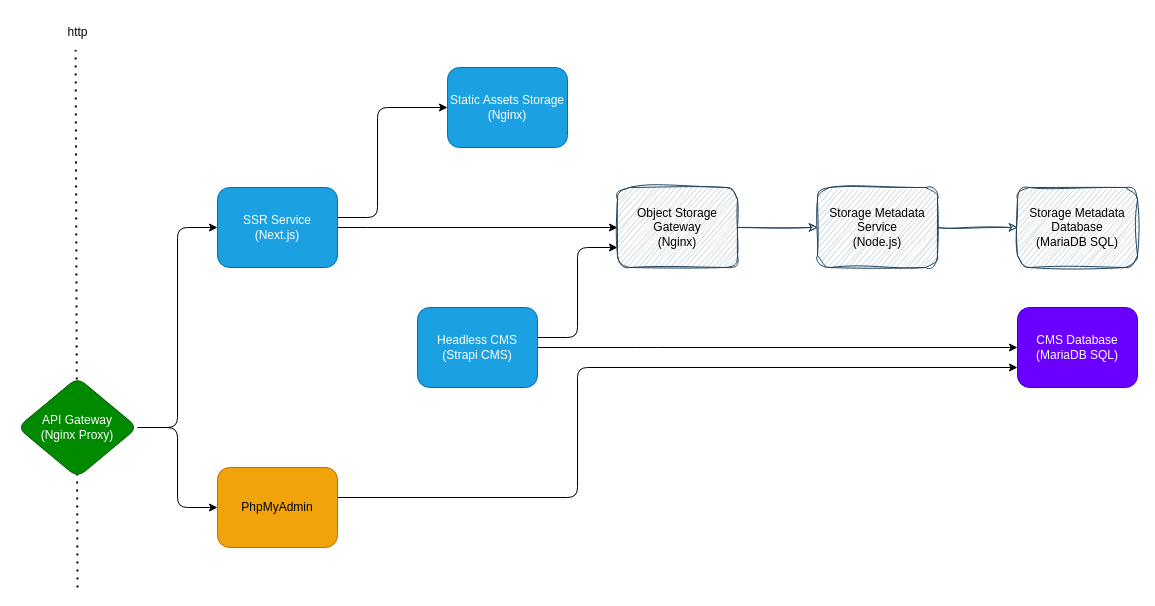
paulAlexSerban/tpl--mern keeps this draw.io diagram as wiki/projects/dj-events/service-setup.drawio. Above is the earlier version. Source tidied: cells renumbered, new cells numbered last; positions are measured from the earlier drawing's top-left corner, leaving out a move shared by most shapes. Both pictures are drawn from the tidied source at 100%, with x=0, y=0 at pixel (17, 17).
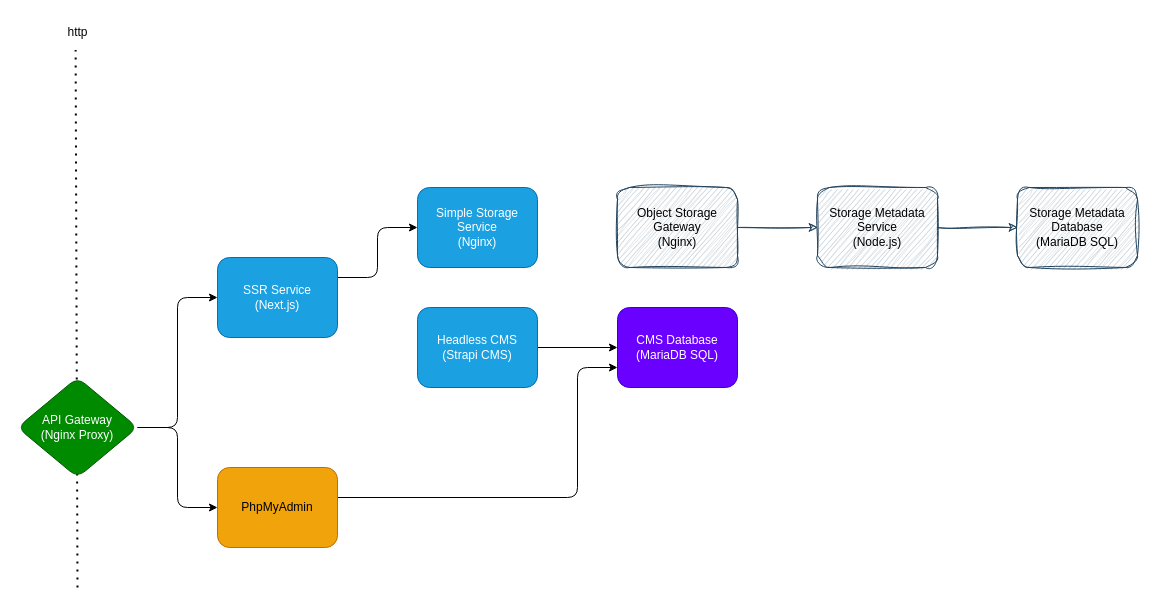
The same diagram, later.

Commit message:
docs(dj-events): adjusted service diagram

The change refers to these unchanged cells:
```xml
<mxCell id="10" value="Headless CMS&lt;br&gt;(Strapi CMS)" style="rounded=1;whiteSpace=wrap;html=1;fillColor=#1ba1e2;fontColor=#ffffff;strokeColor=#006EAF;" parent="1" vertex="1">
  <mxGeometry x="400" y="290" width="120" height="80" as="geometry" />
</mxCell>
<mxCell id="12" value="API Gateway&lt;br&gt;(Nginx Proxy)" style="rhombus;whiteSpace=wrap;html=1;rounded=1;fillColor=#008a00;fontColor=#ffffff;strokeColor=#005700;" parent="1" vertex="1">
  <mxGeometry y="360" width="120" height="100" as="geometry" />
</mxCell>
<mxCell id="16" value="PhpMyAdmin" style="rounded=1;whiteSpace=wrap;html=1;fillColor=#f0a30a;fontColor=#000000;strokeColor=#BD7000;" parent="1" vertex="1">
  <mxGeometry x="200" y="450" width="120" height="80" as="geometry" />
</mxCell>
<mxCell id="18" value="Object Storage Gateway&lt;br&gt;(Nginx)" style="rounded=1;whiteSpace=wrap;html=1;fillColor=#bac8d3;strokeColor=#23445d;sketch=1;curveFitting=1;jiggle=2;" parent="1" vertex="1">
  <mxGeometry x="600" y="170" width="120" height="80" as="geometry" />
</mxCell>
```

Diff of the diagram source:
```diff
@@
-    <mxCell id="3" style="edgeStyle=orthogonalEdgeStyle;html=1;exitX=1;exitY=0.5;exitDx=0;exitDy=0;" parent="1" edge="1" source="12" target="7">
+    <mxCell id="3" style="edgeStyle=orthogonalEdgeStyle;html=1;exitX=1;exitY=0.5;exitDx=0;exitDy=0;entryX=0;entryY=0.5;entryDx=0;entryDy=0;" parent="1" edge="1" source="12" target="7">
       <mxGeometry relative="1" as="geometry">
         <Array as="points">
           <mxPoint x="160" y="410" />
-          <mxPoint x="160" y="210" />
+          <mxPoint x="160" y="280" />
         </Array>
       </mxGeometry>
     </mxCell>
-    <mxCell id="4" style="edgeStyle=orthogonalEdgeStyle;html=1;entryX=0;entryY=0.5;entryDx=0;entryDy=0;fillColor=#f9f7ed;strokeColor=#FFFFFF;" parent="1" edge="1" source="7" target="10">
+    <mxCell id="4" style="edgeStyle=orthogonalEdgeStyle;html=1;entryX=0;entryY=0.5;entryDx=0;entryDy=0;fillColor=#f9f7ed;strokeColor=#FFFFFF;exitX=1;exitY=0.5;exitDx=0;exitDy=0;" parent="1" edge="1" source="7" target="10">
       <mxGeometry relative="1" as="geometry">
         <Array as="points">
-          <mxPoint x="360" y="220" />
+          <mxPoint x="360" y="280" />
           <mxPoint x="360" y="330" />
         </Array>
       </mxGeometry>
     </mxCell>
-    <mxCell id="5" style="edgeStyle=orthogonalEdgeStyle;html=1;entryX=0;entryY=0.5;entryDx=0;entryDy=0;" parent="1" edge="1" source="7" target="18">
-      <mxGeometry relative="1" as="geometry">
-        <Array as="points">
-          <mxPoint x="340" y="210" />
-          <mxPoint x="340" y="210" />
-        </Array>
-      </mxGeometry>
-    </mxCell>
-    <mxCell id="6" style="edgeStyle=orthogonalEdgeStyle;html=1;entryX=0;entryY=0.5;entryDx=0;entryDy=0;" parent="1" edge="1" source="7" target="21">
+    <mxCell id="6" style="edgeStyle=orthogonalEdgeStyle;html=1;entryX=0;entryY=0.5;entryDx=0;entryDy=0;exitX=1;exitY=0.25;exitDx=0;exitDy=0;" parent="1" edge="1" source="7" target="21">
       <mxGeometry relative="1" as="geometry">
         <Array as="points">
-          <mxPoint x="360" y="200" />
-          <mxPoint x="360" y="90" />
+          <mxPoint x="360" y="260" />
+          <mxPoint x="360" y="210" />
         </Array>
       </mxGeometry>
     </mxCell>
     <mxCell id="7" value="SSR Service&lt;br&gt;(Next.js)" style="rounded=1;whiteSpace=wrap;html=1;fillColor=#1ba1e2;fontColor=#ffffff;strokeColor=#006EAF;" parent="1" vertex="1">
-      <mxGeometry x="200" y="170" width="120" height="80" as="geometry" />
+      <mxGeometry x="200" y="240" width="120" height="80" as="geometry" />
     </mxCell>
     <mxCell id="8" style="edgeStyle=orthogonalEdgeStyle;html=1;entryX=0;entryY=0.5;entryDx=0;entryDy=0;" parent="1" edge="1" source="10" target="14">
-      <mxGeometry relative="1" as="geometry">
-        <Array as="points">
-          <mxPoint x="630" y="330" />
-          <mxPoint x="630" y="330" />
-        </Array>
-      </mxGeometry>
+      <mxGeometry relative="1" as="geometry" />
     </mxCell>
-    <mxCell id="9" style="edgeStyle=orthogonalEdgeStyle;html=1;entryX=0;entryY=0.75;entryDx=0;entryDy=0;" parent="1" edge="1" source="10" target="18">
-      <mxGeometry relative="1" as="geometry">
-        <Array as="points">
-          <mxPoint x="560" y="320" />
-          <mxPoint x="560" y="230" />
-        </Array>
-      </mxGeometry>
-    </mxCell>
@@
     <mxCell id="14" value="CMS Database&lt;br&gt;(MariaDB SQL)" style="rounded=1;whiteSpace=wrap;html=1;fillColor=#6a00ff;fontColor=#ffffff;strokeColor=#3700CC;" parent="1" vertex="1">
-      <mxGeometry x="1000" y="290" width="120" height="80" as="geometry" />
+      <mxGeometry x="600" y="290" width="120" height="80" as="geometry" />
     </mxCell>
     <mxCell id="15" style="edgeStyle=orthogonalEdgeStyle;html=1;" parent="1" edge="1" source="16">
       <mxGeometry relative="1" as="geometry">
-        <mxPoint x="1000" y="350" as="targetPoint" />
+        <mxPoint x="600" y="350" as="targetPoint" />
         <Array as="points">
           <mxPoint x="560" y="480" />
           <mxPoint x="560" y="350" />
         </Array>
       </mxGeometry>
     </mxCell>
@@
-    <mxCell id="21" value="Static Assets Storage&lt;br&gt;(Nginx)" style="rounded=1;whiteSpace=wrap;html=1;fillColor=#1ba1e2;fontColor=#ffffff;strokeColor=#006EAF;" parent="1" vertex="1">
-      <mxGeometry x="430" y="50" width="120" height="80" as="geometry" />
+    <mxCell id="21" value="Simple Storage Service&lt;br&gt;(Nginx)" style="rounded=1;whiteSpace=wrap;html=1;fillColor=#1ba1e2;fontColor=#ffffff;strokeColor=#006EAF;" parent="1" vertex="1">
+      <mxGeometry x="400" y="170" width="120" height="80" as="geometry" />
     </mxCell>
```
